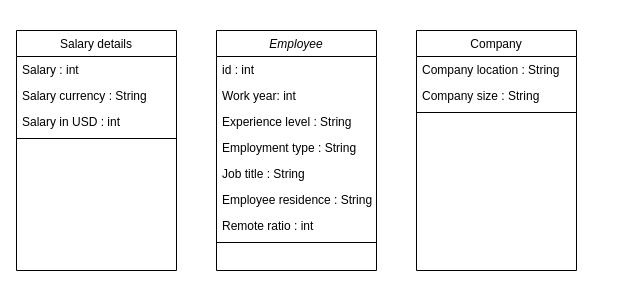
The draw.io diagram Java projet/Diagramme java projet week 12-14.drawio in Melydgt/Draw-io-UML-England, before the edit. Source tidied: cells renumbered, new cells numbered last; positions are measured from the earlier drawing's top-left corner, leaving out a move shared by most shapes. Both pictures are drawn from the tidied source at 100%, with x=0, y=0 at pixel (16, 30).
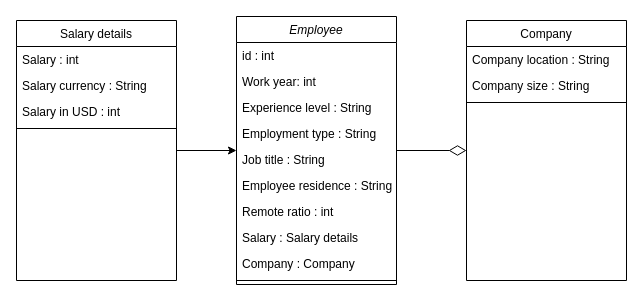
Above is the later version.

Commit message (it also covers changes not shown here):
Mettre à jour Diagramme java projet week 12-14.drawio

Change to the diagram source:
```diff
@@
+    <mxCell id="20" style="edgeStyle=orthogonalEdgeStyle;rounded=0;jettySize=auto;html=1;endArrow=diamondThin;endFill=0;startSize=6;sourcePerimeterSpacing=0;strokeWidth=1;endSize=15;" parent="1" edge="1" source="2" target="16">
+      <mxGeometry relative="1" as="geometry" />
+    </mxCell>
+    <mxCell id="21" style="edgeStyle=orthogonalEdgeStyle;rounded=0;jettySize=auto;html=1;endArrow=none;endFill=0;startArrow=classic;startFill=1;" parent="1" edge="1" source="2" target="11">
+      <mxGeometry relative="1" as="geometry" />
+    </mxCell>
     <mxCell id="2" value="Employee" style="swimlane;fontStyle=2;align=center;verticalAlign=top;horizontal=1;startSize=26;rounded=0;shadow=0;strokeWidth=1;" parent="1" vertex="1">
-      <mxGeometry x="200" width="160" height="240" as="geometry" />
+      <mxGeometry x="220" y="-14" width="160" height="268" as="geometry" />
     </mxCell>
@@
+    <mxCell id="22" value="Salary : Salary details" style="text;align=left;verticalAlign=top;spacingLeft=4;spacingRight=4;overflow=hidden;rounded=0;shadow=0;html=0;" parent="2" vertex="1">
+      <mxGeometry y="208" width="160" height="26" as="geometry" />
+    </mxCell>
+    <mxCell id="23" value="Company : Company" style="text;align=left;verticalAlign=top;spacingLeft=4;spacingRight=4;overflow=hidden;rounded=0;shadow=0;html=0;" parent="2" vertex="1">
+      <mxGeometry y="234" width="160" height="26" as="geometry" />
+    </mxCell>
     <mxCell id="10" style="line;html=1;strokeWidth=1;align=left;verticalAlign=middle;spacingTop=-1;spacingLeft=3;spacingRight=3;labelPosition=right;" parent="2" vertex="1">
-      <mxGeometry y="208" width="160" height="8" as="geometry" />
+      <mxGeometry y="260" width="160" height="8" as="geometry" />
     </mxCell>
     <mxCell id="11" value="Salary details" style="swimlane;fontStyle=0;align=center;verticalAlign=top;horizontal=1;startSize=26;rounded=0;shadow=0;strokeWidth=1;" parent="1" vertex="1">
-      <mxGeometry width="160" height="240" as="geometry" />
+      <mxGeometry y="-10" width="160" height="260" as="geometry" />
     </mxCell>
@@
     <mxCell id="16" value="Company" style="swimlane;fontStyle=0;align=center;verticalAlign=top;horizontal=1;startSize=26;rounded=0;shadow=0;strokeWidth=1;" parent="1" vertex="1">
-      <mxGeometry x="400" width="160" height="240" as="geometry" />
+      <mxGeometry x="450" y="-10" width="160" height="260" as="geometry" />
     </mxCell>
```
